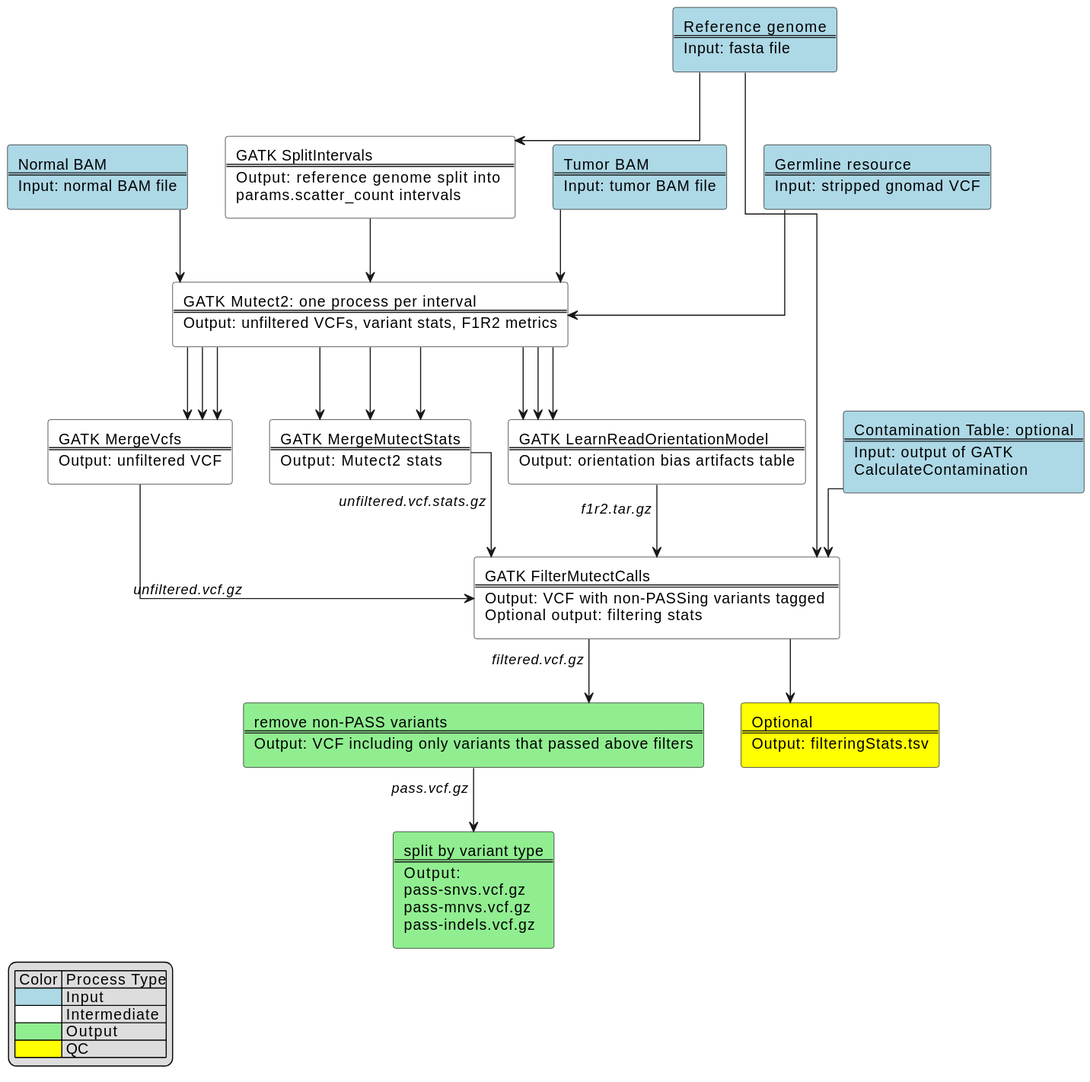
Above: docs/mutect2_chart.svg in uclahs-cds/pipeline-call-sSNV (PlantUML), before the change.
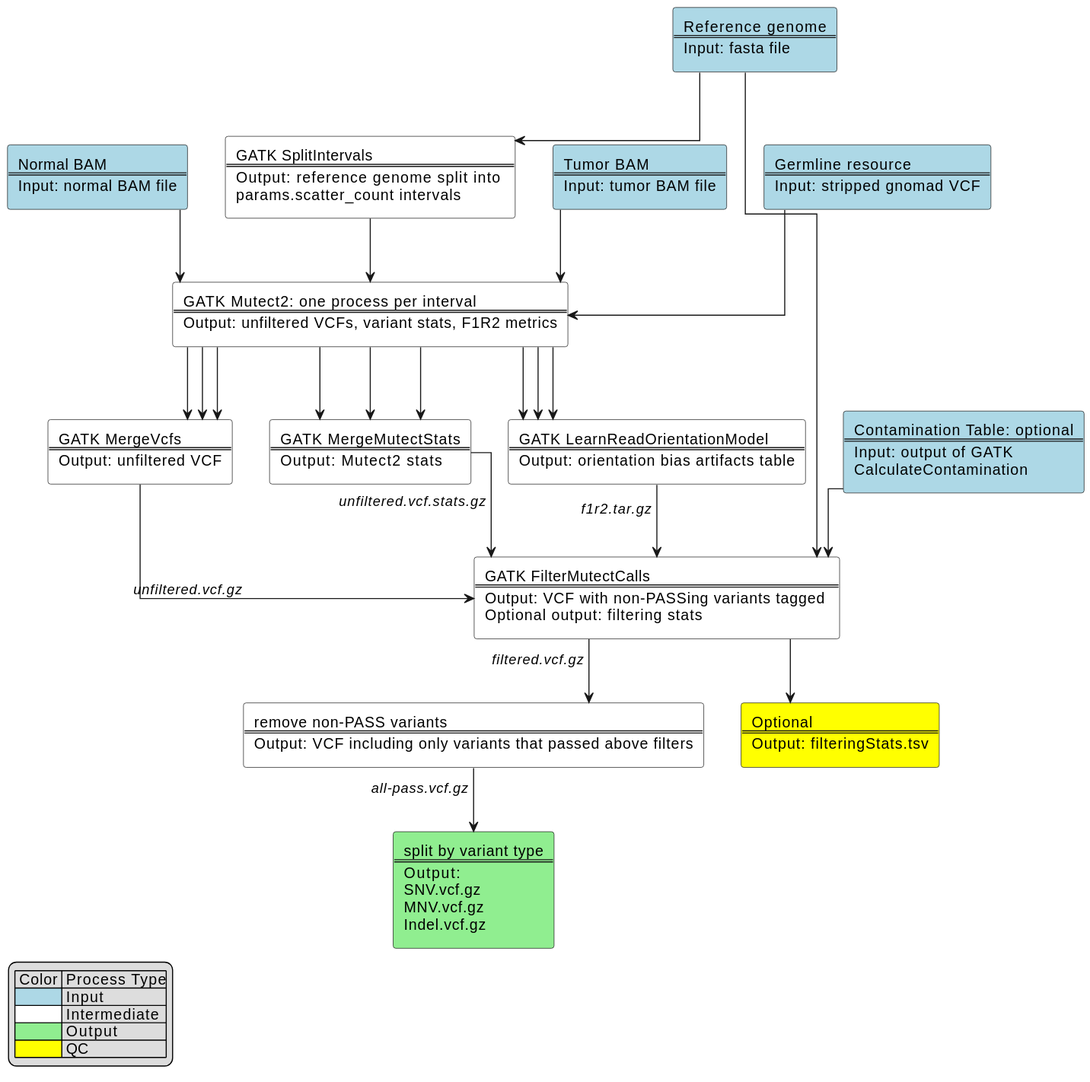
Above is the later version.

Diff of the diagram source:
```diff
@@ -21,8 +21,8 @@
 $intermediate_process(mutect2_mergeStats, 'GATK MergeMutectStats', 'Output: Mutect2 stats')
 $intermediate_process(gatk_learnReadOrientation, 'GATK LearnReadOrientationModel', 'Output: orientation bias artifacts table')
 $intermediate_process(mutect2_filterCalls, 'GATK FilterMutectCalls', 'Output: VCF with non-PASSing variants tagged %newline()Optional output: filtering stats')
-$output_process(bcftools_filterVCF, 'remove non-PASS variants', 'Output: VCF including only variants that passed above filters')
-$output_process(bcftools_splitVCF, 'split by variant type', 'Output: %newline()pass-snvs.vcf.gz %newline()pass-mnvs.vcf.gz %newline()pass-indels.vcf.gz')
+$intermediate_process(bcftools_filterVCF, 'remove non-PASS variants', 'Output: VCF including only variants that passed above filters')
+$output_process(bcftools_splitVCF, 'split by variant type', 'Output: %newline()SNV.vcf.gz %newline()MNV.vcf.gz %newline()Indel.vcf.gz')
 $qc_process(gatk_filteringStats, 'Optional', 'Output: filteringStats.tsv')
 
 reference_genome -d-> gatk_splitIntervals
@@ -47,7 +47,7 @@
 contamination_table -d-> mutect2_filterCalls
 mutect2_filterCalls -d-> gatk_filteringStats
 mutect2_filterCalls -d-> bcftools_filterVCF : // filtered.vcf.gz //
-bcftools_filterVCF -d-> bcftools_splitVCF : // pass.vcf.gz //
+bcftools_filterVCF -d-> bcftools_splitVCF : // all-pass.vcf.gz //
 
 $add_legend('left')
 
```
